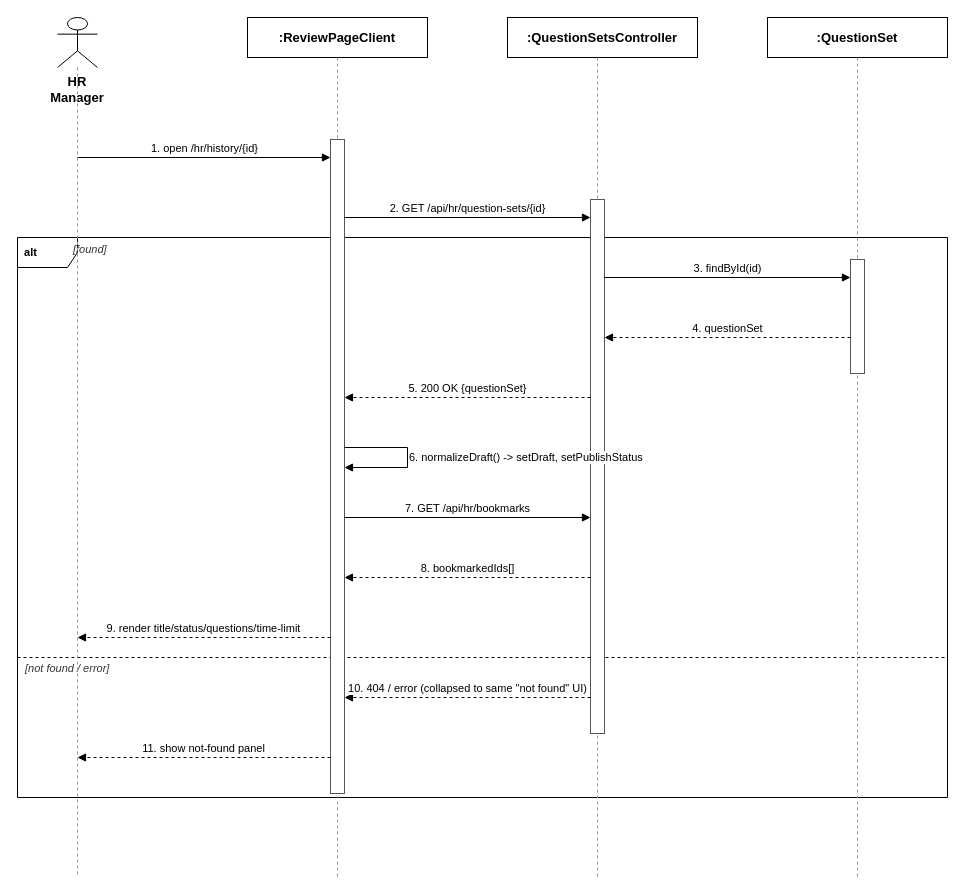
The draw.io diagram docs/qa/Nam_SequenceDiagram/18_QuestionSetManagement_ViewQuestionSet.drawio in tulklk/AI_Interview_Question_Generation_RAG_LLM_FE, before the edit. Source tidied: cells renumbered, new cells numbered last; positions are measured from the earlier drawing's top-left corner, leaving out a move shared by most shapes. Both pictures are drawn from the tidied source at 100%, with x=0, y=0 at pixel (17, 17).
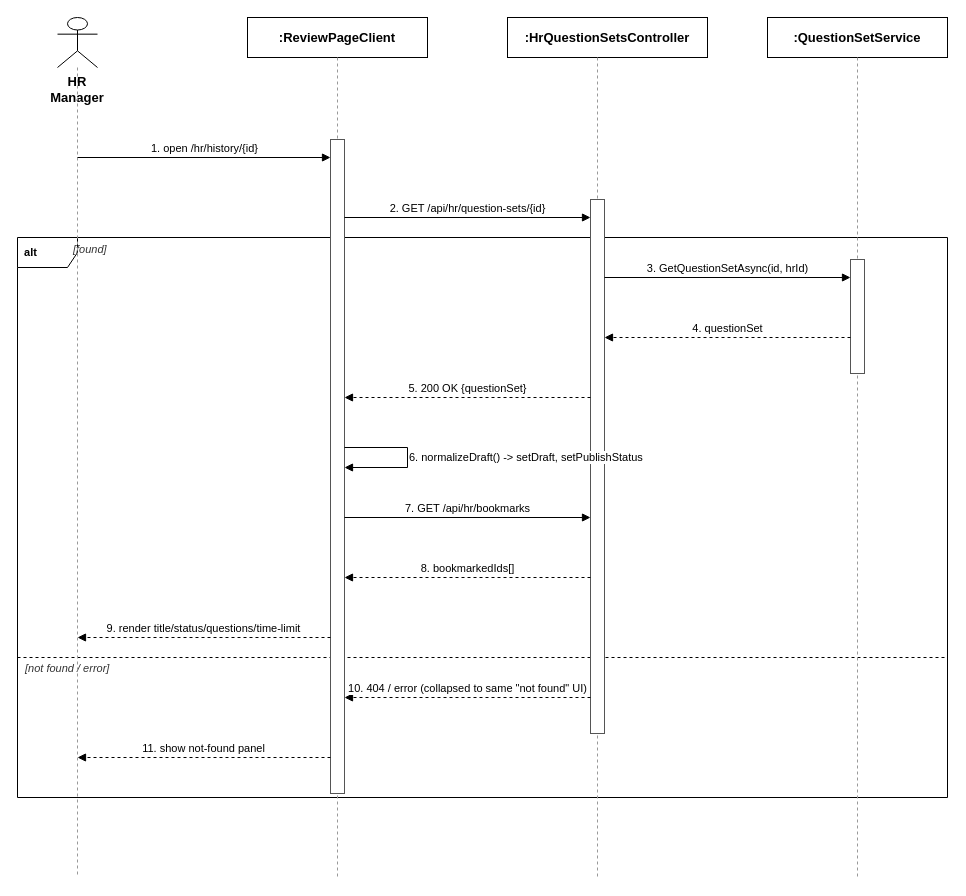
The same diagram, later.

Commit message (it also covers changes not shown here):
docs(qa): correct AI Question Generation and Question Set diagrams against real BE

Diff of the diagram source:
```diff
@@
-    <mxCell id="10" value=":QuestionSetsController" style="rounded=0;whiteSpace=wrap;html=1;fontSize=13;fillColor=#ffffff;strokeColor=#000000;fontStyle=1;" parent="1" vertex="1">
-      <mxGeometry x="490" width="190" height="40" as="geometry" />
+    <mxCell id="10" value=":HrQuestionSetsController" style="rounded=0;whiteSpace=wrap;html=1;fontSize=13;fillColor=#ffffff;strokeColor=#000000;fontStyle=1;" parent="1" vertex="1">
+      <mxGeometry x="490" width="200" height="40" as="geometry" />
     </mxCell>
@@
-    <mxCell id="12" value=":QuestionSet" style="rounded=0;whiteSpace=wrap;html=1;fontSize=13;fillColor=#ffffff;strokeColor=#000000;fontStyle=1;" parent="1" vertex="1">
+    <mxCell id="12" value=":QuestionSetService" style="rounded=0;whiteSpace=wrap;html=1;fontSize=13;fillColor=#ffffff;strokeColor=#000000;fontStyle=1;" parent="1" vertex="1">
       <mxGeometry x="750" width="180" height="40" as="geometry" />
     </mxCell>
@@
-    <mxCell id="19" value="3. findById(id)" style="endArrow=block;endFill=1;html=1;fontSize=11;align=center;verticalAlign=bottom;labelBackgroundColor=#ffffff;strokeColor=#000000;" parent="1" edge="1">
+    <mxCell id="19" value="3. GetQuestionSetAsync(id, hrId)" style="endArrow=block;endFill=1;html=1;fontSize=11;align=center;verticalAlign=bottom;labelBackgroundColor=#ffffff;strokeColor=#000000;" parent="1" edge="1">
       <mxGeometry relative="1" as="geometry">
         <mxPoint x="587" y="260" as="sourcePoint" />
         <mxPoint x="833" y="260" as="targetPoint" />
       </mxGeometry>
     </mxCell>
```
